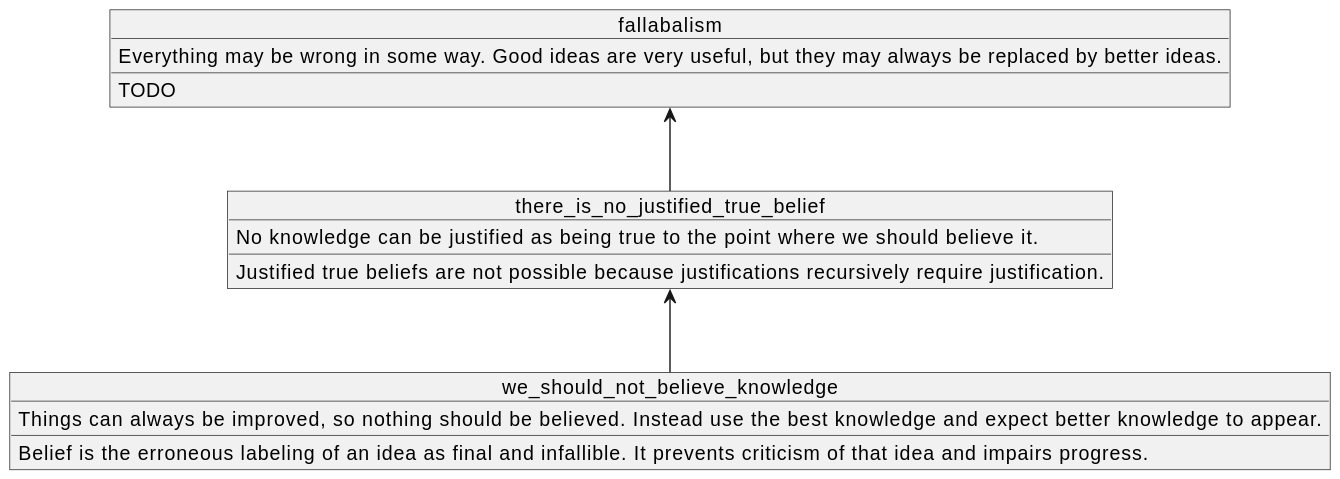
This is docs/assets/images_quick_boi/bolq_diagram_we_should_not_believe_knowledge/bolq_diagram_we_should_not_believe_knowledge.svg from ceramic-sf/ceramic-sf.github.io, a PlantUML export, as it was before one commit. Source of this version:
```plantuml
@startuml bolq_diagram_we_should_not_believe_knowledge

object we_should_not_believe_knowledge {
Things can always be improved, so nothing should be believed. Instead use the best knowledge and expect better knowledge to appear.
____
Belief is the erroneous labeling of an idea as final and infallible. It prevents criticism of that idea and impairs progress.
}
there_is_no_justified_true_belief <-- we_should_not_believe_knowledge

object there_is_no_justified_true_belief {
No knowledge can be justified as being true to the point where we should believe it.
____
Justified true beliefs are not possible because justifications recursively require justification.
}
fallabalism <-- there_is_no_justified_true_belief

object fallabalism {
Everything may be wrong in some way. Good ideas are very useful, but they may always be replaced by better ideas.
____
TODO
}
@enduml
```
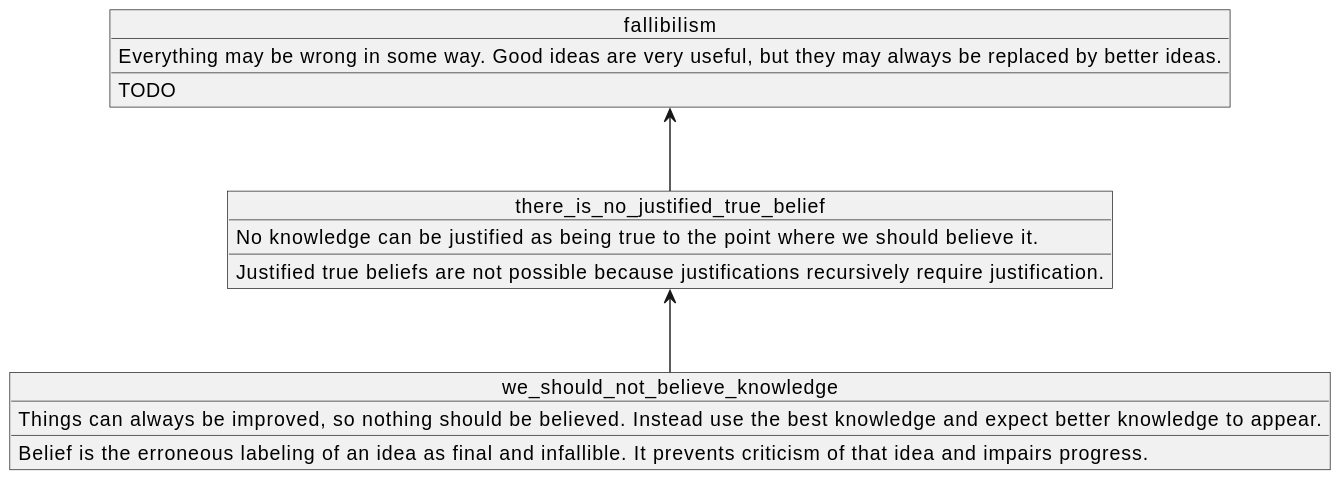
After the change.

Change to the diagram source:
```diff
@@ -12,9 +12,9 @@
 ____
 Justified true beliefs are not possible because justifications recursively require justification.
 }
-fallabalism <-- there_is_no_justified_true_belief
+fallibilism <-- there_is_no_justified_true_belief
 
-object fallabalism {
+object fallibilism {
 Everything may be wrong in some way. Good ideas are very useful, but they may always be replaced by better ideas.
 ____
 TODO
```
